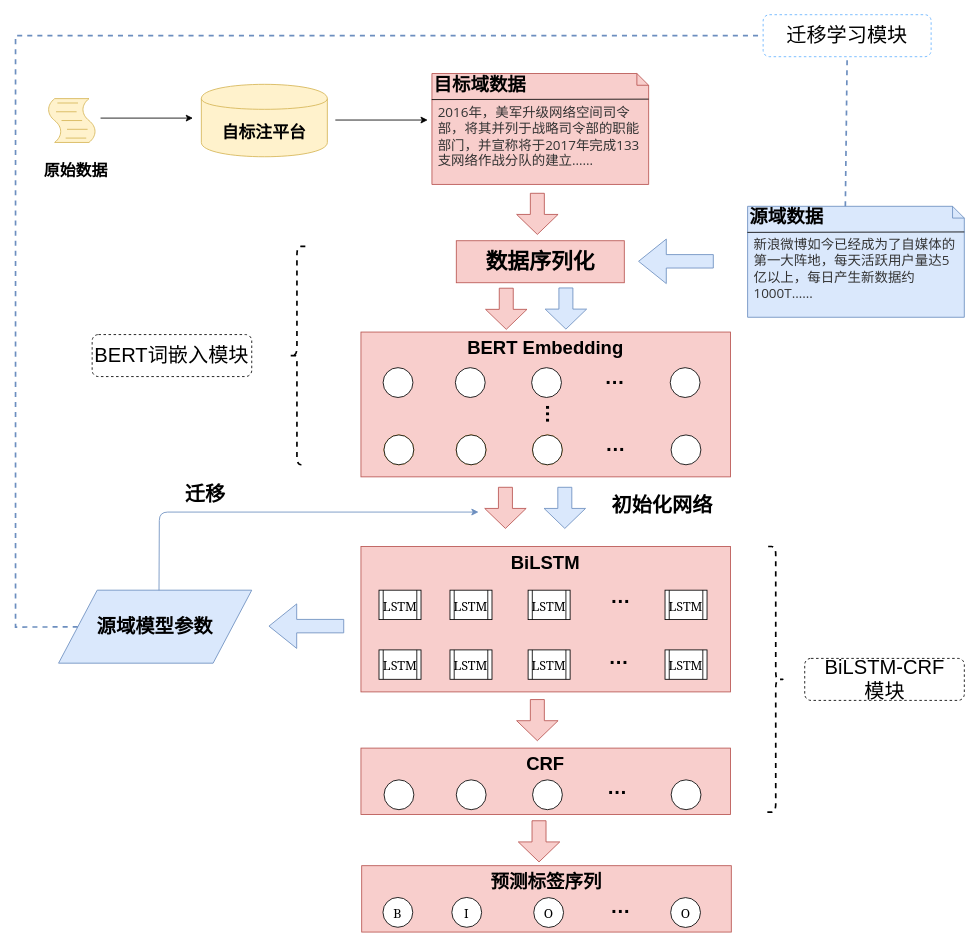
The draw.io diagram TBBC逻辑功能图.drawio in yhx123hero/CyberspaceSecurity_NER, before the edit. Source tidied: cells renumbered, new cells numbered last; positions are measured from the earlier drawing's top-left corner, leaving out a move shared by most shapes. Both pictures are drawn from the tidied source at 84%, with x=0, y=0 at pixel (15, 14).
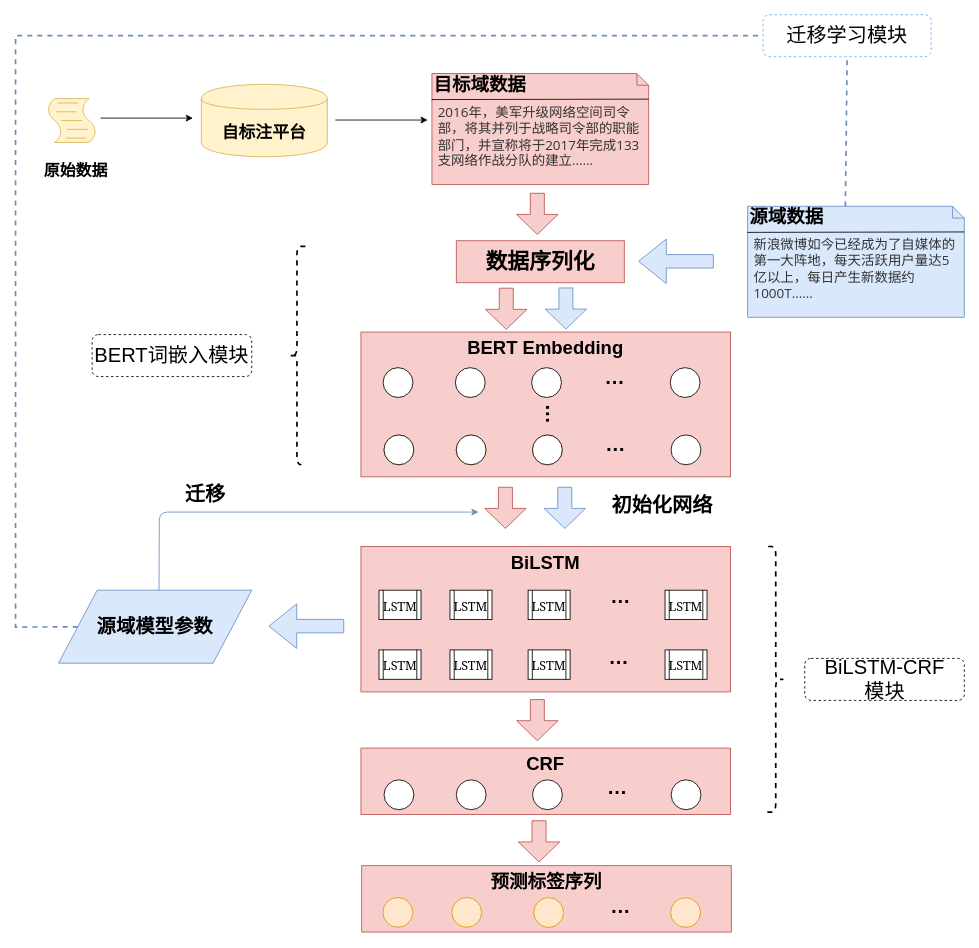
After the change.

Commit message:
更新TBBC逻辑功能图.drawio

Diff of the diagram source:
```diff
@@
-    <mxCell id="24" style="ellipse;whiteSpace=wrap;html=1;labelBackgroundColor=none;fontFamily=Georgia;fontSize=15;" parent="1" vertex="1">
+    <mxCell id="24" style="ellipse;whiteSpace=wrap;html=1;labelBackgroundColor=none;fontFamily=Georgia;fontSize=15;fillColor=#ffe6cc;strokeColor=#d79b00;" parent="1" vertex="1">
       <mxGeometry x="437.4" y="1050.9" width="35.5" height="35.5" as="geometry" />
     </mxCell>
-    <mxCell id="25" value="B" style="text;html=1;align=center;verticalAlign=middle;whiteSpace=wrap;rounded=0;labelBackgroundColor=none;fontFamily=Georgia;fontSize=15;" parent="1" vertex="1">
-      <mxGeometry x="435.1" y="1059.1" width="40" height="20" as="geometry" />
-    </mxCell>
-    <mxCell id="26" style="ellipse;whiteSpace=wrap;html=1;labelBackgroundColor=none;fontFamily=Georgia;fontSize=15;" parent="1" vertex="1">
+    <mxCell id="26" style="ellipse;whiteSpace=wrap;html=1;labelBackgroundColor=none;fontFamily=Georgia;fontSize=15;fillColor=#ffe6cc;strokeColor=#d79b00;" parent="1" vertex="1">
       <mxGeometry x="519.4" y="1050.9" width="35.5" height="35.5" as="geometry" />
     </mxCell>
-    <mxCell id="27" value="I" style="text;html=1;align=center;verticalAlign=middle;whiteSpace=wrap;rounded=0;labelBackgroundColor=none;fontFamily=Georgia;fontSize=15;" parent="1" vertex="1">
-      <mxGeometry x="517.1" y="1059.1" width="40" height="20" as="geometry" />
-    </mxCell>
-    <mxCell id="28" style="ellipse;whiteSpace=wrap;html=1;labelBackgroundColor=none;fontFamily=Georgia;fontSize=15;" parent="1" vertex="1">
+    <mxCell id="28" style="ellipse;whiteSpace=wrap;html=1;labelBackgroundColor=none;fontFamily=Georgia;fontSize=15;fillColor=#ffe6cc;strokeColor=#d79b00;" parent="1" vertex="1">
       <mxGeometry x="616.9" y="1051.1" width="35.5" height="35.5" as="geometry" />
     </mxCell>
-    <mxCell id="29" value="O" style="text;html=1;align=center;verticalAlign=middle;whiteSpace=wrap;rounded=0;labelBackgroundColor=none;fontFamily=Georgia;fontSize=15;" parent="1" vertex="1">
-      <mxGeometry x="614.6" y="1059.4" width="40" height="20" as="geometry" />
-    </mxCell>
-    <mxCell id="30" style="ellipse;whiteSpace=wrap;html=1;labelBackgroundColor=none;fontFamily=Georgia;fontSize=15;" parent="1" vertex="1">
+    <mxCell id="30" style="ellipse;whiteSpace=wrap;html=1;labelBackgroundColor=none;fontFamily=Georgia;fontSize=15;fillColor=#ffe6cc;strokeColor=#d79b00;" parent="1" vertex="1">
       <mxGeometry x="779.9" y="1051.1" width="35.5" height="35.5" as="geometry" />
     </mxCell>
-    <mxCell id="31" value="O" style="text;html=1;align=center;verticalAlign=middle;whiteSpace=wrap;rounded=0;labelBackgroundColor=none;fontFamily=Georgia;fontSize=15;" parent="1" vertex="1">
-      <mxGeometry x="777.6" y="1059.4" width="40" height="20" as="geometry" />
-    </mxCell>
```
